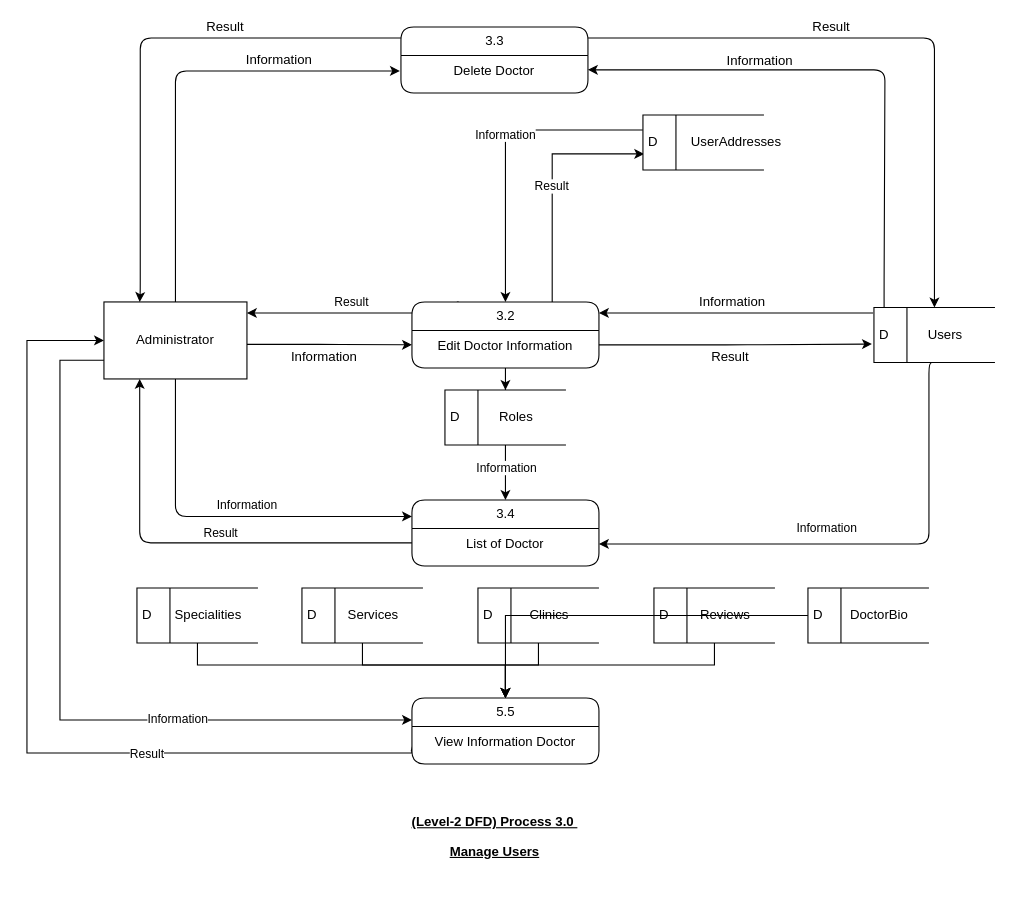
Before: page "4.0" (4 of 7) of resources/dfd/Admin/DFD-Admin.drawio in vanluong94/aptech-doccure, a draw.io diagram. Source tidied: cells renumbered, new cells numbered last; positions are measured from the earlier drawing's top-left corner, leaving out a move shared by most shapes. Both pictures are drawn from the tidied source at 110%, with x=0, y=0 at pixel (26, 26).
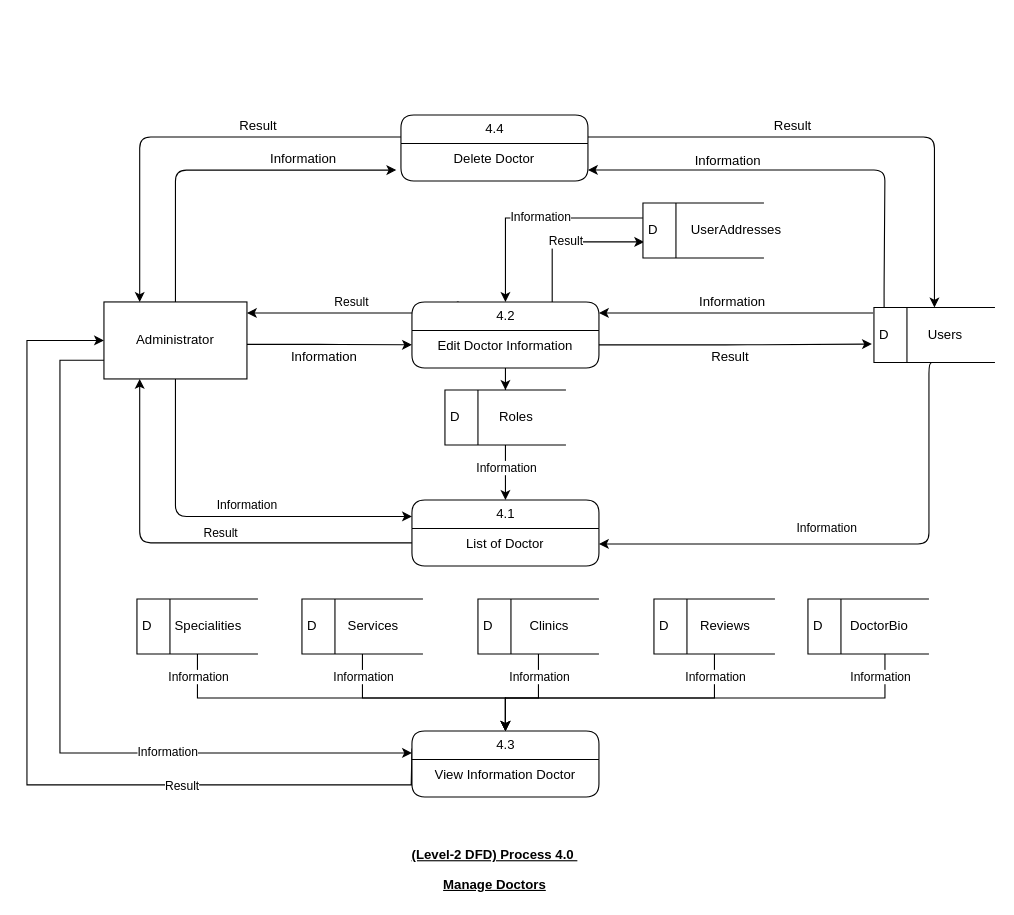
The same diagram, later.

Commit message (it also covers changes not shown here):
update: hoàn thiện dfd level admin

Unchanged cells that the change refers to:
```xml
<mxCell id="12" value="Administrator" style="rounded=0;whiteSpace=wrap;html=1;fontFamily=Helvetica;fontSize=12;" parent="1" vertex="1">
  <mxGeometry x="70" y="250" width="130" height="70" as="geometry" />
</mxCell>
<mxCell id="18" value="Delete Doctor" style="text;html=1;strokeColor=none;fillColor=none;spacingLeft=4;spacingRight=4;whiteSpace=wrap;overflow=hidden;points=[[0,0.5],[1,0.5]];portConstraint=eastwest;align=center;fontFamily=Helvetica;fontSize=12;" parent="17" vertex="1">
  <mxGeometry y="26" width="170" height="26" as="geometry" />
</mxCell>
<mxCell id="22" value="D" style="html=1;dashed=0;whitespace=wrap;shape=mxgraph.dfd.dataStoreID;align=left;spacingLeft=3;points=[[0,0],[0.5,0],[1,0],[0,0.5],[1,0.5],[0,1],[0.5,1],[1,1]];fontFamily=Helvetica;fontSize=12;" parent="1" vertex="1">
  <mxGeometry x="770" y="255" width="110" height="50" as="geometry" />
</mxCell>
<mxCell id="39" value="View Information Doctor" style="text;html=1;strokeColor=none;fillColor=none;spacingLeft=4;spacingRight=4;whiteSpace=wrap;overflow=hidden;points=[[0,0.5],[1,0.5]];portConstraint=eastwest;align=center;fontFamily=Helvetica;fontSize=12;" parent="38" vertex="1">
  <mxGeometry y="26" width="170" height="26" as="geometry" />
</mxCell>
```

The edit, as a diff of the source:
```diff
@@
-    <mxCell id="4" value="3.4" style="swimlane;html=1;fontStyle=0;horizontal=1;startSize=26;swimlaneFillColor=#ffffff;align=center;rounded=1;shadow=0;comic=0;labelBackgroundColor=none;strokeWidth=1;fontFamily=Helvetica;fontSize=12;" parent="1" vertex="1">
+    <mxCell id="4" value="4.1" style="swimlane;html=1;fontStyle=0;horizontal=1;startSize=26;swimlaneFillColor=#ffffff;align=center;rounded=1;shadow=0;comic=0;labelBackgroundColor=none;strokeWidth=1;fontFamily=Helvetica;fontSize=12;" parent="1" vertex="1">
       <mxGeometry x="350" y="430" width="170" height="60" as="geometry" />
     </mxCell>
@@
-    <mxCell id="6" value="Information" style="edgeStyle=orthogonalEdgeStyle;curved=0;rounded=1;sketch=0;jettySize=auto;html=1;labelBackgroundColor=none;fontFamily=Helvetica;fontSize=12;" parent="1" edge="1" source="12">
+    <mxCell id="6" value="Information" style="edgeStyle=orthogonalEdgeStyle;curved=0;rounded=1;sketch=0;jettySize=auto;html=1;labelBackgroundColor=none;fontFamily=Helvetica;fontSize=12;entryX=-0.025;entryY=0.929;entryDx=0;entryDy=0;entryPerimeter=0;" parent="1" edge="1" source="12" target="18">
       <mxGeometry x="0.47" y="10" relative="1" as="geometry">
-        <mxPoint x="339" y="40" as="targetPoint" />
         <Array as="points">
-          <mxPoint x="135" y="40" />
-          <mxPoint x="339" y="40" />
+          <mxPoint x="135" y="130" />
         </Array>
       </mxGeometry>
     </mxCell>
@@
     <mxCell id="8" style="edgeStyle=orthogonalEdgeStyle;rounded=0;jettySize=auto;html=1;entryX=0;entryY=0.333;entryDx=0;entryDy=0;startArrow=none;startFill=0;endArrow=classic;endFill=1;entryPerimeter=0;" parent="1" edge="1" target="38">
       <mxGeometry relative="1" as="geometry">
         <mxPoint x="70" y="303" as="sourcePoint" />
         <Array as="points">
           <mxPoint x="30" y="303" />
-          <mxPoint x="30" y="630" />
+          <mxPoint x="30" y="660" />
         </Array>
       </mxGeometry>
     </mxCell>
@@
     <mxCell id="10" style="edgeStyle=orthogonalEdgeStyle;rounded=0;jettySize=auto;html=1;entryX=-0.004;entryY=0.872;entryDx=0;entryDy=0;startArrow=classic;startFill=1;endArrow=none;endFill=0;entryPerimeter=0;" parent="1" edge="1" source="12" target="39">
       <mxGeometry relative="1" as="geometry">
         <Array as="points">
           <mxPoint y="285" />
-          <mxPoint y="660" />
-          <mxPoint x="350" y="660" />
+          <mxPoint y="689" />
+          <mxPoint x="350" y="689" />
           <mxPoint x="350" y="656" />
-          <mxPoint x="349" y="656" />
         </Array>
       </mxGeometry>
     </mxCell>
@@
-    <mxCell id="14" value="3.2" style="swimlane;html=1;fontStyle=0;horizontal=1;startSize=26;swimlaneFillColor=#ffffff;align=center;rounded=1;shadow=0;comic=0;labelBackgroundColor=none;strokeWidth=1;fontFamily=Helvetica;fontSize=12;" parent="1" vertex="1">
+    <mxCell id="14" value="4.2" style="swimlane;html=1;fontStyle=0;horizontal=1;startSize=26;swimlaneFillColor=#ffffff;align=center;rounded=1;shadow=0;comic=0;labelBackgroundColor=none;strokeWidth=1;fontFamily=Helvetica;fontSize=12;" parent="1" vertex="1">
       <mxGeometry x="350" y="250" width="170" height="60" as="geometry" />
     </mxCell>
@@
     <mxCell id="16" value="Result" style="edgeStyle=orthogonalEdgeStyle;curved=0;rounded=1;sketch=0;jettySize=auto;html=1;entryX=0.25;entryY=0;entryDx=0;entryDy=0;labelBackgroundColor=none;fontFamily=Helvetica;fontSize=12;" parent="1" edge="1" source="17" target="12">
       <mxGeometry x="-0.33" y="-10" relative="1" as="geometry">
         <Array as="points">
-          <mxPoint x="103" y="10" />
-          <mxPoint x="103" y="240" />
+          <mxPoint x="103" y="100" />
         </Array>
       </mxGeometry>
     </mxCell>
-    <mxCell id="17" value="3.3" style="swimlane;html=1;fontStyle=0;horizontal=1;startSize=26;swimlaneFillColor=#ffffff;align=center;rounded=1;shadow=0;comic=0;labelBackgroundColor=none;strokeWidth=1;fontFamily=Helvetica;fontSize=12;" parent="1" vertex="1">
-      <mxGeometry x="340" width="170" height="60" as="geometry" />
+    <mxCell id="17" value="4.4" style="swimlane;html=1;fontStyle=0;horizontal=1;startSize=26;swimlaneFillColor=#ffffff;align=center;rounded=1;shadow=0;comic=0;labelBackgroundColor=none;strokeWidth=1;fontFamily=Helvetica;fontSize=12;" parent="1" vertex="1">
+      <mxGeometry x="340" y="80" width="170" height="60" as="geometry" />
     </mxCell>
@@
-    <mxCell id="20" value="&#10;&#10;&lt;span style=&quot;font-size: 12px; font-style: normal; font-weight: 400; letter-spacing: normal; text-align: center; text-indent: 0px; text-transform: none; word-spacing: 0px; display: inline; float: none;&quot;&gt;Information&lt;/span&gt;&#10;&#10;" style="edgeStyle=orthogonalEdgeStyle;curved=0;rounded=1;sketch=0;jettySize=auto;html=1;labelBackgroundColor=none;fontFamily=Helvetica;fontSize=12;entryX=1;entryY=0.5;entryDx=0;entryDy=0;exitX=0.084;exitY=-0.005;exitDx=0;exitDy=0;exitPerimeter=0;" parent="1" edge="1" source="22" target="18">
+    <mxCell id="20" value="&#10;&#10;&lt;span style=&quot;font-size: 12px; font-style: normal; font-weight: 400; letter-spacing: normal; text-align: center; text-indent: 0px; text-transform: none; word-spacing: 0px; display: inline; float: none;&quot;&gt;Information&lt;/span&gt;&#10;&#10;" style="edgeStyle=orthogonalEdgeStyle;curved=0;rounded=1;sketch=0;jettySize=auto;html=1;labelBackgroundColor=none;fontFamily=Helvetica;fontSize=12;exitX=0.084;exitY=-0.005;exitDx=0;exitDy=0;exitPerimeter=0;" parent="1" edge="1" source="22">
       <mxGeometry x="0.36" y="-8" relative="1" as="geometry">
+        <mxPoint x="510" y="130" as="targetPoint" />
         <Array as="points">
           <mxPoint x="779" y="240" />
           <mxPoint x="780" y="240" />
-          <mxPoint x="780" y="39" />
+          <mxPoint x="780" y="130" />
+          <mxPoint x="510" y="130" />
         </Array>
       </mxGeometry>
     </mxCell>
@@
-    <mxCell id="25" value="Result" style="edgeStyle=orthogonalEdgeStyle;curved=0;rounded=1;sketch=0;jettySize=auto;html=1;labelBackgroundColor=none;fontFamily=Helvetica;fontSize=12;exitX=1;exitY=0.167;exitDx=0;exitDy=0;exitPerimeter=0;entryX=0.5;entryY=0;entryDx=0;entryDy=0;" parent="1" edge="1" source="17" target="22">
+    <mxCell id="25" value="Result" style="edgeStyle=orthogonalEdgeStyle;curved=0;rounded=1;sketch=0;jettySize=auto;html=1;labelBackgroundColor=none;fontFamily=Helvetica;fontSize=12;entryX=0.5;entryY=0;entryDx=0;entryDy=0;" parent="1" edge="1" target="22">
       <mxGeometry x="-0.21" y="10" relative="1" as="geometry">
+        <mxPoint x="510" y="100" as="sourcePoint" />
         <Array as="points">
-          <mxPoint x="825" y="10" />
+          <mxPoint x="510" y="100" />
+          <mxPoint x="825" y="100" />
         </Array>
       </mxGeometry>
     </mxCell>
@@
-    <mxCell id="31" value="&lt;p class=&quot;MsoNormal&quot; style=&quot;font-size: 12px&quot;&gt;&lt;font style=&quot;font-size: 12px&quot;&gt;&lt;span style=&quot;font-size: 12px&quot;&gt;&lt;b style=&quot;font-size: 12px&quot;&gt;&lt;u style=&quot;font-size: 12px&quot;&gt;(Level-2 DFD) Process 3.0&amp;nbsp;&lt;/u&gt;&lt;/b&gt;&lt;/span&gt;&lt;/font&gt;&lt;br style=&quot;font-size: 12px&quot;&gt;&lt;/p&gt;&lt;b&gt;&lt;u&gt;Manage Users&lt;/u&gt;&lt;/b&gt;" style="text;html=1;align=center;verticalAlign=middle;strokeColor=none;fontFamily=Helvetica;fontColor=#000000;fontSize=12;rounded=1;" parent="1" vertex="1">
-      <mxGeometry x="340" y="700" width="170" height="60" as="geometry" />
+    <mxCell id="31" value="&lt;p class=&quot;MsoNormal&quot; style=&quot;font-size: 12px&quot;&gt;&lt;font style=&quot;font-size: 12px&quot;&gt;&lt;span style=&quot;font-size: 12px&quot;&gt;&lt;b style=&quot;font-size: 12px&quot;&gt;&lt;u style=&quot;font-size: 12px&quot;&gt;(Level-2 DFD) Process 4.0&amp;nbsp;&lt;/u&gt;&lt;/b&gt;&lt;/span&gt;&lt;/font&gt;&lt;br style=&quot;font-size: 12px&quot;&gt;&lt;/p&gt;&lt;b&gt;&lt;u&gt;Manage Doctors&lt;/u&gt;&lt;/b&gt;" style="text;html=1;align=center;verticalAlign=middle;strokeColor=none;fontFamily=Helvetica;fontColor=#000000;fontSize=12;rounded=1;" parent="1" vertex="1">
+      <mxGeometry x="340" y="730" width="170" height="60" as="geometry" />
     </mxCell>
@@
     <mxCell id="36" value="D" style="html=1;dashed=0;whitespace=wrap;shape=mxgraph.dfd.dataStoreID;align=left;spacingLeft=3;points=[[0,0],[0.5,0],[1,0],[0,0.5],[1,0.5],[0,1],[0.5,1],[1,1]];fontFamily=Helvetica;fontSize=12;" parent="1" vertex="1">
-      <mxGeometry x="560" y="80" width="110" height="50" as="geometry" />
+      <mxGeometry x="560" y="160" width="110" height="50" as="geometry" />
     </mxCell>
     <mxCell id="37" value="UserAddresses" style="text;html=1;strokeColor=none;fillColor=none;align=center;verticalAlign=middle;whiteSpace=wrap;rounded=0;fontFamily=Helvetica;fontSize=12;" parent="1" vertex="1">
-      <mxGeometry x="620" y="95" width="50" height="20" as="geometry" />
+      <mxGeometry x="620" y="175" width="50" height="20" as="geometry" />
     </mxCell>
-    <mxCell id="38" value="5.5" style="swimlane;html=1;fontStyle=0;horizontal=1;startSize=26;swimlaneFillColor=#ffffff;align=center;rounded=1;shadow=0;comic=0;labelBackgroundColor=none;strokeWidth=1;fontFamily=Helvetica;fontSize=12;" parent="1" vertex="1">
-      <mxGeometry x="350" y="610" width="170" height="60" as="geometry" />
+    <mxCell id="38" value="4.3" style="swimlane;html=1;fontStyle=0;horizontal=1;startSize=26;swimlaneFillColor=#ffffff;align=center;rounded=1;shadow=0;comic=0;labelBackgroundColor=none;strokeWidth=1;fontFamily=Helvetica;fontSize=12;" parent="1" vertex="1">
+      <mxGeometry x="350" y="640" width="170" height="60" as="geometry" />
     </mxCell>
@@
     <mxCell id="40" style="edgeStyle=orthogonalEdgeStyle;rounded=0;jettySize=auto;html=1;startArrow=none;startFill=0;endArrow=classic;endFill=1;entryX=0.5;entryY=0;entryDx=0;entryDy=0;" parent="1" edge="1" source="41" target="38">
       <mxGeometry relative="1" as="geometry">
         <Array as="points">
-          <mxPoint x="155" y="580" />
-          <mxPoint x="435" y="580" />
+          <mxPoint x="155" y="610" />
+          <mxPoint x="435" y="610" />
         </Array>
       </mxGeometry>
     </mxCell>
+    <mxCell id="55" value="Information" style="edgeLabel;html=1;align=center;verticalAlign=middle;" parent="40" vertex="1">
+      <mxGeometry x="-0.87" relative="1" as="geometry">
+        <mxPoint y="-3" as="offset" />
+      </mxGeometry>
+    </mxCell>
     <mxCell id="41" value="D" style="html=1;dashed=0;whitespace=wrap;shape=mxgraph.dfd.dataStoreID;align=left;spacingLeft=3;points=[[0,0],[0.5,0],[1,0],[0,0.5],[1,0.5],[0,1],[0.5,1],[1,1]];fontFamily=Helvetica;fontSize=12;" parent="1" vertex="1">
-      <mxGeometry x="100" y="510" width="110" height="50" as="geometry" />
+      <mxGeometry x="100" y="520" width="110" height="50" as="geometry" />
     </mxCell>
     <mxCell id="42" style="edgeStyle=orthogonalEdgeStyle;rounded=0;jettySize=auto;html=1;entryX=0.5;entryY=0;entryDx=0;entryDy=0;startArrow=none;startFill=0;endArrow=classic;endFill=1;" parent="1" edge="1" source="43" target="38">
       <mxGeometry relative="1" as="geometry">
         <Array as="points">
-          <mxPoint x="305" y="580" />
-          <mxPoint x="435" y="580" />
+          <mxPoint x="305" y="610" />
+          <mxPoint x="435" y="610" />
         </Array>
       </mxGeometry>
     </mxCell>
+    <mxCell id="56" value="Information" style="edgeLabel;html=1;align=center;verticalAlign=middle;" parent="42" vertex="1">
+      <mxGeometry x="-0.75" y="1" relative="1" as="geometry">
+        <mxPoint x="-1" y="-5" as="offset" />
+      </mxGeometry>
+    </mxCell>
     <mxCell id="43" value="D" style="html=1;dashed=0;whitespace=wrap;shape=mxgraph.dfd.dataStoreID;align=left;spacingLeft=3;points=[[0,0],[0.5,0],[1,0],[0,0.5],[1,0.5],[0,1],[0.5,1],[1,1]];fontFamily=Helvetica;fontSize=12;" parent="1" vertex="1">
-      <mxGeometry x="250" y="510" width="110" height="50" as="geometry" />
+      <mxGeometry x="250" y="520" width="110" height="50" as="geometry" />
     </mxCell>
     <mxCell id="44" style="edgeStyle=orthogonalEdgeStyle;rounded=0;jettySize=auto;html=1;entryX=0.5;entryY=0;entryDx=0;entryDy=0;startArrow=none;startFill=0;endArrow=classic;endFill=1;" parent="1" edge="1" source="45" target="38">
       <mxGeometry relative="1" as="geometry">
         <Array as="points">
-          <mxPoint x="465" y="580" />
-          <mxPoint x="435" y="580" />
+          <mxPoint x="465" y="610" />
+          <mxPoint x="435" y="610" />
         </Array>
       </mxGeometry>
     </mxCell>
+    <mxCell id="57" value="Information" style="edgeLabel;html=1;align=center;verticalAlign=middle;" parent="44" vertex="1">
+      <mxGeometry x="-0.52" relative="1" as="geometry">
+        <mxPoint y="-4" as="offset" />
+      </mxGeometry>
+    </mxCell>
     <mxCell id="45" value="D" style="html=1;dashed=0;whitespace=wrap;shape=mxgraph.dfd.dataStoreID;align=left;spacingLeft=3;points=[[0,0],[0.5,0],[1,0],[0,0.5],[1,0.5],[0,1],[0.5,1],[1,1]];fontFamily=Helvetica;fontSize=12;" parent="1" vertex="1">
-      <mxGeometry x="410" y="510" width="110" height="50" as="geometry" />
+      <mxGeometry x="410" y="520" width="110" height="50" as="geometry" />
     </mxCell>
     <mxCell id="46" style="edgeStyle=orthogonalEdgeStyle;rounded=0;jettySize=auto;html=1;entryX=0.5;entryY=0;entryDx=0;entryDy=0;startArrow=none;startFill=0;endArrow=classic;endFill=1;" parent="1" edge="1" source="47" target="38">
       <mxGeometry relative="1" as="geometry">
         <Array as="points">
-          <mxPoint x="625" y="580" />
-          <mxPoint x="435" y="580" />
+          <mxPoint x="625" y="610" />
+          <mxPoint x="435" y="610" />
         </Array>
       </mxGeometry>
     </mxCell>
+    <mxCell id="58" value="Information" style="edgeLabel;html=1;align=center;verticalAlign=middle;" parent="46" vertex="1">
+      <mxGeometry x="-0.81" y="1" relative="1" as="geometry">
+        <mxPoint x="-1" y="-5" as="offset" />
+      </mxGeometry>
+    </mxCell>
     <mxCell id="47" value="D" style="html=1;dashed=0;whitespace=wrap;shape=mxgraph.dfd.dataStoreID;align=left;spacingLeft=3;points=[[0,0],[0.5,0],[1,0],[0,0.5],[1,0.5],[0,1],[0.5,1],[1,1]];fontFamily=Helvetica;fontSize=12;" parent="1" vertex="1">
-      <mxGeometry x="570" y="510" width="110" height="50" as="geometry" />
+      <mxGeometry x="570" y="520" width="110" height="50" as="geometry" />
     </mxCell>
     <mxCell id="48" value="Specialities" style="text;html=1;strokeColor=none;fillColor=none;align=center;verticalAlign=middle;whiteSpace=wrap;rounded=0;fontFamily=Helvetica;fontSize=12;" parent="1" vertex="1">
-      <mxGeometry x="140" y="525" width="50" height="20" as="geometry" />
+      <mxGeometry x="140" y="535" width="50" height="20" as="geometry" />
     </mxCell>
     <mxCell id="49" value="Services" style="text;html=1;strokeColor=none;fillColor=none;align=center;verticalAlign=middle;whiteSpace=wrap;rounded=0;fontFamily=Helvetica;fontSize=12;" parent="1" vertex="1">
-      <mxGeometry x="290" y="525" width="50" height="20" as="geometry" />
+      <mxGeometry x="290" y="535" width="50" height="20" as="geometry" />
     </mxCell>
     <mxCell id="50" value="Clinics" style="text;html=1;strokeColor=none;fillColor=none;align=center;verticalAlign=middle;whiteSpace=wrap;rounded=0;fontFamily=Helvetica;fontSize=12;" parent="1" vertex="1">
-      <mxGeometry x="450" y="525" width="50" height="20" as="geometry" />
+      <mxGeometry x="450" y="535" width="50" height="20" as="geometry" />
     </mxCell>
     <mxCell id="51" value="Reviews" style="text;html=1;strokeColor=none;fillColor=none;align=center;verticalAlign=middle;whiteSpace=wrap;rounded=0;fontFamily=Helvetica;fontSize=12;" parent="1" vertex="1">
-      <mxGeometry x="610" y="525" width="50" height="20" as="geometry" />
+      <mxGeometry x="610" y="535" width="50" height="20" as="geometry" />
     </mxCell>
     <mxCell id="52" style="edgeStyle=orthogonalEdgeStyle;rounded=0;jettySize=auto;html=1;entryX=0.5;entryY=0;entryDx=0;entryDy=0;startArrow=none;startFill=0;endArrow=classic;endFill=1;" parent="1" edge="1" source="53" target="38">
-      <mxGeometry relative="1" as="geometry" />
+      <mxGeometry relative="1" as="geometry">
+        <Array as="points">
+          <mxPoint x="780" y="610" />
+          <mxPoint x="435" y="610" />
+        </Array>
+      </mxGeometry>
     </mxCell>
+    <mxCell id="59" value="Information" style="edgeLabel;html=1;align=center;verticalAlign=middle;" parent="52" vertex="1">
+      <mxGeometry x="-0.89" y="-1" relative="1" as="geometry">
+        <mxPoint x="-4" y="-3" as="offset" />
+      </mxGeometry>
+    </mxCell>
     <mxCell id="53" value="D" style="html=1;dashed=0;whitespace=wrap;shape=mxgraph.dfd.dataStoreID;align=left;spacingLeft=3;points=[[0,0],[0.5,0],[1,0],[0,0.5],[1,0.5],[0,1],[0.5,1],[1,1]];fontFamily=Helvetica;fontSize=12;" parent="1" vertex="1">
-      <mxGeometry x="710" y="510" width="110" height="50" as="geometry" />
+      <mxGeometry x="710" y="520" width="110" height="50" as="geometry" />
     </mxCell>
     <mxCell id="54" value="DoctorBio" style="text;html=1;strokeColor=none;fillColor=none;align=center;verticalAlign=middle;whiteSpace=wrap;rounded=0;fontFamily=Helvetica;fontSize=12;" parent="1" vertex="1">
-      <mxGeometry x="750" y="525" width="50" height="20" as="geometry" />
+      <mxGeometry x="750" y="535" width="50" height="20" as="geometry" />
     </mxCell>
```
